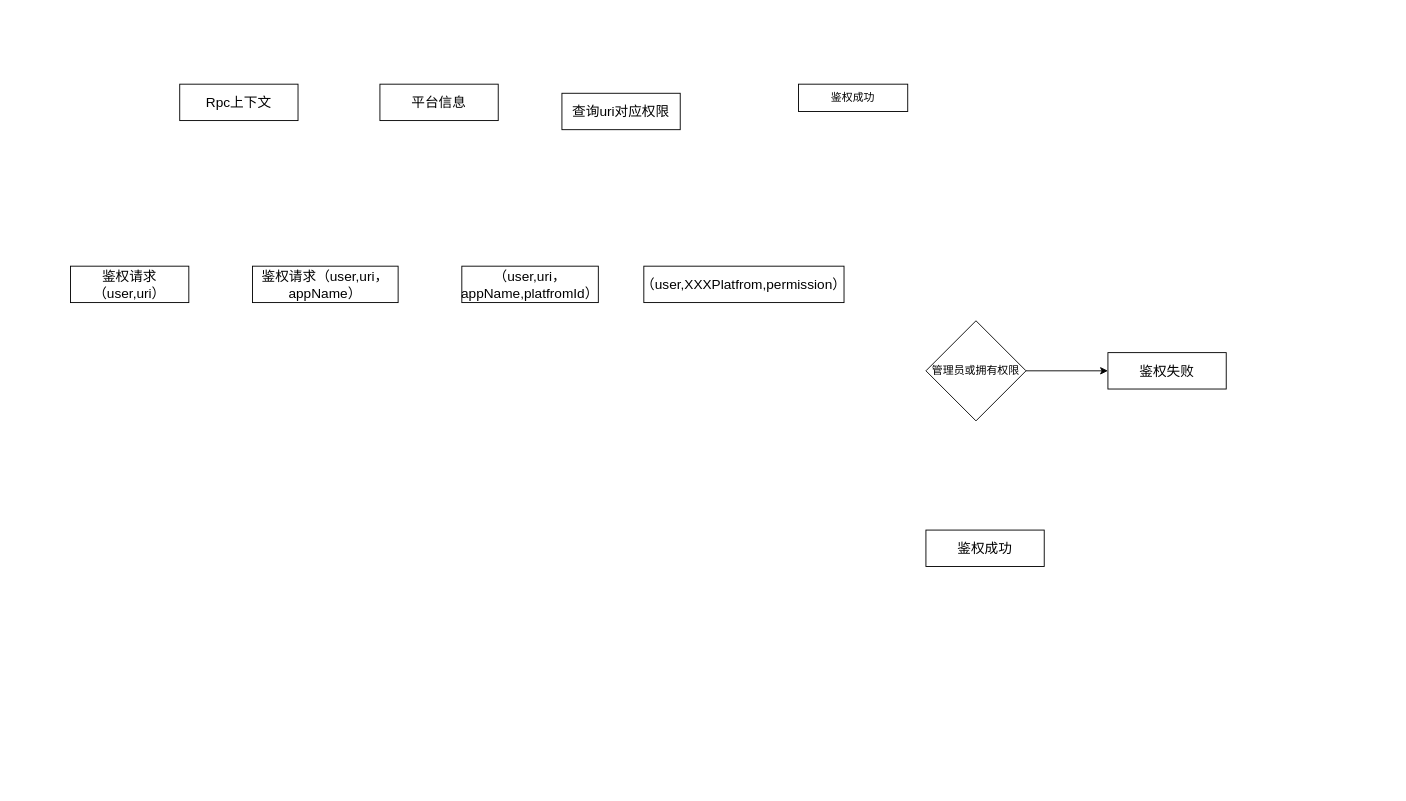
Earlier version of the draw.io diagram page "第 3 页" (3 of 3) of Untitled Diagram.drawio (tigerchicken/2048). Source tidied: cells renumbered, new cells numbered last; positions are measured from the earlier drawing's top-left corner, leaving out a move shared by most shapes. Both pictures are drawn from the tidied source at 91%, with x=0, y=0 at pixel (70, 84).
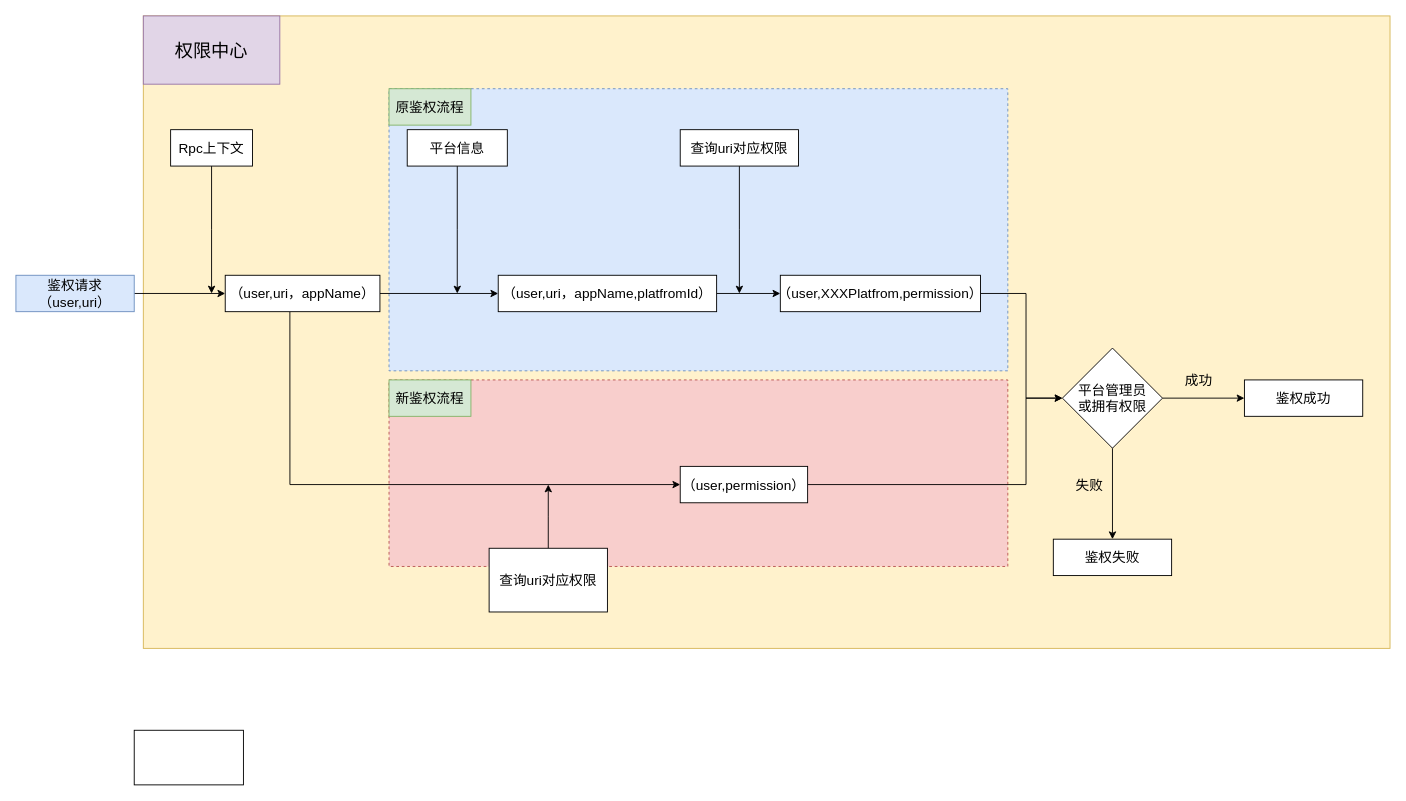
The same diagram, later.

Change to the diagram source:
```diff
@@
+    <mxCell id="14" style="rounded=0;whiteSpace=wrap;html=1;fillColor=#fff2cc;strokeColor=#d6b656;" parent="1" vertex="1">
+      <mxGeometry x="80" y="-75" width="1370" height="695" as="geometry" />
+    </mxCell>
+    <mxCell id="15" style="rounded=0;whiteSpace=wrap;html=1;dashed=1;fillColor=#f8cecc;strokeColor=#b85450;" parent="1" vertex="1">
+      <mxGeometry x="350" y="325" width="680" height="205" as="geometry" />
+    </mxCell>
+    <mxCell id="16" style="rounded=0;whiteSpace=wrap;html=1;dashed=1;fillColor=#dae8fc;strokeColor=#6c8ebf;" parent="1" vertex="1">
+      <mxGeometry x="350" y="5" width="680" height="310" as="geometry" />
+    </mxCell>
+    <mxCell id="17" style="edgeStyle=orthogonalEdgeStyle;rounded=0;jettySize=auto;html=1;entryX=0;entryY=0.5;entryDx=0;entryDy=0;" parent="1" edge="1" source="2" target="3">
+      <mxGeometry relative="1" as="geometry" />
+    </mxCell>
-    <mxCell id="2" value="&lt;font style=&quot;font-size: 15px&quot;&gt;鉴权请求（user,uri）&lt;/font&gt;" style="rounded=0;whiteSpace=wrap;html=1;" parent="1" vertex="1">
-      <mxGeometry y="200" width="130" height="40" as="geometry" />
+    <mxCell id="2" value="&lt;font style=&quot;font-size: 15px&quot;&gt;鉴权请求（user,uri）&lt;/font&gt;" style="rounded=0;whiteSpace=wrap;html=1;fillColor=#dae8fc;strokeColor=#6c8ebf;" parent="1" vertex="1">
+      <mxGeometry x="-60" y="210" width="130" height="40" as="geometry" />
     </mxCell>
+    <mxCell id="18" style="edgeStyle=orthogonalEdgeStyle;rounded=0;jettySize=auto;html=1;entryX=0;entryY=0.5;entryDx=0;entryDy=0;" parent="1" edge="1" source="3" target="4">
+      <mxGeometry relative="1" as="geometry" />
+    </mxCell>
+    <mxCell id="19" style="edgeStyle=orthogonalEdgeStyle;rounded=0;jettySize=auto;html=1;entryX=0;entryY=0.5;entryDx=0;entryDy=0;exitX=0.418;exitY=1;exitDx=0;exitDy=0;exitPerimeter=0;" parent="1" edge="1" source="3" target="29">
+      <mxGeometry relative="1" as="geometry" />
+    </mxCell>
-    <mxCell id="3" value="&lt;font style=&quot;font-size: 15px&quot;&gt;鉴权请求（user,uri，appName）&lt;/font&gt;" style="rounded=0;whiteSpace=wrap;html=1;" parent="1" vertex="1">
-      <mxGeometry x="200" y="200" width="160" height="40" as="geometry" />
+    <mxCell id="3" value="&lt;font style=&quot;font-size: 15px&quot;&gt;（user,uri，appName）&lt;/font&gt;" style="rounded=0;whiteSpace=wrap;html=1;" parent="1" vertex="1">
+      <mxGeometry x="170" y="210" width="170" height="40" as="geometry" />
     </mxCell>
+    <mxCell id="20" style="edgeStyle=orthogonalEdgeStyle;rounded=0;jettySize=auto;html=1;entryX=0;entryY=0.5;entryDx=0;entryDy=0;" parent="1" edge="1" source="4" target="5">
+      <mxGeometry relative="1" as="geometry" />
+    </mxCell>
     <mxCell id="4" value="&lt;font style=&quot;font-size: 15px&quot;&gt;（user,uri，appName,platfromId）&lt;/font&gt;" style="rounded=0;whiteSpace=wrap;html=1;" parent="1" vertex="1">
-      <mxGeometry x="430" y="200" width="150" height="40" as="geometry" />
+      <mxGeometry x="470" y="210" width="240" height="40" as="geometry" />
     </mxCell>
+    <mxCell id="21" style="edgeStyle=orthogonalEdgeStyle;rounded=0;jettySize=auto;html=1;entryX=0;entryY=0.5;entryDx=0;entryDy=0;" parent="1" edge="1" source="5" target="10">
+      <mxGeometry relative="1" as="geometry">
+        <Array as="points">
+          <mxPoint x="1050" y="230" />
+          <mxPoint x="1050" y="345" />
+        </Array>
+      </mxGeometry>
+    </mxCell>
     <mxCell id="5" value="&lt;font style=&quot;font-size: 15px&quot;&gt;（user,XXXPlatfrom,permission）&lt;/font&gt;" style="rounded=0;whiteSpace=wrap;html=1;" parent="1" vertex="1">
-      <mxGeometry x="630" y="200" width="220" height="40" as="geometry" />
+      <mxGeometry x="780" y="210" width="220" height="40" as="geometry" />
     </mxCell>
+    <mxCell id="22" style="edgeStyle=orthogonalEdgeStyle;rounded=0;jettySize=auto;html=1;" parent="1" edge="1" source="6">
+      <mxGeometry relative="1" as="geometry">
+        <mxPoint x="155" y="230" as="targetPoint" />
+      </mxGeometry>
+    </mxCell>
     <mxCell id="6" value="&lt;span style=&quot;font-size: 15px&quot;&gt;Rpc上下文&lt;/span&gt;" style="rounded=0;whiteSpace=wrap;html=1;" parent="1" vertex="1">
-      <mxGeometry x="120" width="130" height="40" as="geometry" />
+      <mxGeometry x="110" y="50" width="90" height="40" as="geometry" />
     </mxCell>
+    <mxCell id="23" style="edgeStyle=orthogonalEdgeStyle;rounded=0;jettySize=auto;html=1;" parent="1" edge="1" source="7">
+      <mxGeometry relative="1" as="geometry">
+        <mxPoint x="425" y="230" as="targetPoint" />
+      </mxGeometry>
+    </mxCell>
     <mxCell id="7" value="&lt;span style=&quot;font-size: 15px&quot;&gt;平台信息&lt;/span&gt;" style="rounded=0;whiteSpace=wrap;html=1;" parent="1" vertex="1">
-      <mxGeometry x="340" width="130" height="40" as="geometry" />
+      <mxGeometry x="370" y="50" width="110" height="40" as="geometry" />
     </mxCell>
+    <mxCell id="24" style="edgeStyle=orthogonalEdgeStyle;rounded=0;jettySize=auto;html=1;" parent="1" edge="1" source="8">
+      <mxGeometry relative="1" as="geometry">
+        <mxPoint x="735" y="230" as="targetPoint" />
+      </mxGeometry>
+    </mxCell>
     <mxCell id="8" value="&lt;span style=&quot;font-size: 15px&quot;&gt;查询uri对应权限&lt;/span&gt;" style="rounded=0;whiteSpace=wrap;html=1;" parent="1" vertex="1">
-      <mxGeometry x="540" y="10" width="130" height="40" as="geometry" />
+      <mxGeometry x="670" y="50" width="130" height="40" as="geometry" />
     </mxCell>
@@
+    <mxCell id="25" style="edgeStyle=orthogonalEdgeStyle;rounded=0;jettySize=auto;html=1;" parent="1" edge="1" source="10" target="12">
+      <mxGeometry relative="1" as="geometry" />
+    </mxCell>
-    <mxCell id="10" value="管理员或拥有权限" style="rhombus;whiteSpace=wrap;html=1;" parent="1" vertex="1">
-      <mxGeometry x="940" y="260" width="110" height="110" as="geometry" />
+    <mxCell id="10" value="&lt;font style=&quot;font-size: 15px&quot;&gt;平台管理员&lt;br&gt;或拥有权限&lt;/font&gt;" style="rhombus;whiteSpace=wrap;html=1;" parent="1" vertex="1">
+      <mxGeometry x="1090" y="290" width="110" height="110" as="geometry" />
     </mxCell>
-    <mxCell id="11" value="鉴权成功" style="rounded=0;whiteSpace=wrap;html=1;" parent="1" vertex="1">
-      <mxGeometry x="800" width="120" height="30" as="geometry" />
-    </mxCell>
-    <mxCell id="12" value="&lt;span style=&quot;font-size: 15px&quot;&gt;鉴权成功&lt;/span&gt;" style="rounded=0;whiteSpace=wrap;html=1;" parent="1" vertex="1">
-      <mxGeometry x="940" y="490" width="130" height="40" as="geometry" />
+    <mxCell id="12" value="&lt;span style=&quot;font-size: 15px&quot;&gt;鉴权失败&lt;/span&gt;" style="rounded=0;whiteSpace=wrap;html=1;" parent="1" vertex="1">
+      <mxGeometry x="1080" y="500" width="130" height="40" as="geometry" />
     </mxCell>
-    <mxCell id="13" value="&lt;span style=&quot;font-size: 15px&quot;&gt;鉴权失败&lt;/span&gt;" style="rounded=0;whiteSpace=wrap;html=1;" parent="1" vertex="1">
-      <mxGeometry x="1140" y="295" width="130" height="40" as="geometry" />
+    <mxCell id="13" value="&lt;span style=&quot;font-size: 15px&quot;&gt;鉴权成功&lt;/span&gt;" style="rounded=0;whiteSpace=wrap;html=1;" parent="1" vertex="1">
+      <mxGeometry x="1290" y="325" width="130" height="40" as="geometry" />
     </mxCell>
+    <mxCell id="26" style="edgeStyle=orthogonalEdgeStyle;rounded=0;jettySize=auto;html=1;" parent="1" edge="1" source="27">
+      <mxGeometry relative="1" as="geometry">
+        <mxPoint x="525" y="440" as="targetPoint" />
+      </mxGeometry>
+    </mxCell>
+    <mxCell id="27" value="&lt;span style=&quot;font-size: 15px&quot;&gt;查询uri对应权限&lt;/span&gt;" style="rounded=0;whiteSpace=wrap;html=1;" parent="1" vertex="1">
+      <mxGeometry x="460" y="510" width="130" height="70" as="geometry" />
+    </mxCell>
+    <mxCell id="28" style="edgeStyle=orthogonalEdgeStyle;rounded=0;jettySize=auto;html=1;entryX=0;entryY=0.5;entryDx=0;entryDy=0;" parent="1" edge="1" source="29" target="10">
+      <mxGeometry relative="1" as="geometry">
+        <Array as="points">
+          <mxPoint x="1050" y="440" />
+          <mxPoint x="1050" y="345" />
+        </Array>
+      </mxGeometry>
+    </mxCell>
+    <mxCell id="29" value="&lt;font style=&quot;font-size: 15px&quot;&gt;（user,permission）&lt;/font&gt;" style="rounded=0;whiteSpace=wrap;html=1;" parent="1" vertex="1">
+      <mxGeometry x="670" y="420" width="140" height="40" as="geometry" />
+    </mxCell>
+    <mxCell id="30" value="&lt;font style=&quot;font-size: 20px&quot;&gt;权限中心&lt;/font&gt;" style="rounded=0;whiteSpace=wrap;html=1;fillColor=#e1d5e7;strokeColor=#9673a6;" parent="1" vertex="1">
+      <mxGeometry x="80" y="-75" width="150" height="75" as="geometry" />
+    </mxCell>
+    <mxCell id="31" value="&lt;font style=&quot;font-size: 15px&quot;&gt;成功&lt;/font&gt;" style="text;html=1;strokeColor=none;fillColor=none;align=center;verticalAlign=middle;whiteSpace=wrap;rounded=0;" parent="1" vertex="1">
+      <mxGeometry x="1220" y="315" width="40" height="20" as="geometry" />
+    </mxCell>
+    <mxCell id="32" value="&lt;font style=&quot;font-size: 15px&quot;&gt;失败&lt;/font&gt;" style="text;html=1;strokeColor=none;fillColor=none;align=center;verticalAlign=middle;whiteSpace=wrap;rounded=0;" parent="1" vertex="1">
+      <mxGeometry x="1100" y="430" width="40" height="20" as="geometry" />
+    </mxCell>
+    <mxCell id="33" style="rounded=0;whiteSpace=wrap;html=1;" parent="1" vertex="1">
+      <mxGeometry x="70" y="710" width="120" height="60" as="geometry" />
+    </mxCell>
+    <mxCell id="34" value="&lt;span style=&quot;font-size: 15px&quot;&gt;原鉴权流程&lt;/span&gt;" style="rounded=0;whiteSpace=wrap;html=1;fillColor=#d5e8d4;strokeColor=#82b366;" parent="1" vertex="1">
+      <mxGeometry x="350" y="5" width="90" height="40" as="geometry" />
+    </mxCell>
+    <mxCell id="35" value="&lt;span style=&quot;font-size: 15px&quot;&gt;新鉴权流程&lt;/span&gt;" style="rounded=0;whiteSpace=wrap;html=1;fillColor=#d5e8d4;strokeColor=#82b366;" parent="1" vertex="1">
+      <mxGeometry x="350" y="325" width="90" height="40" as="geometry" />
+    </mxCell>
```
